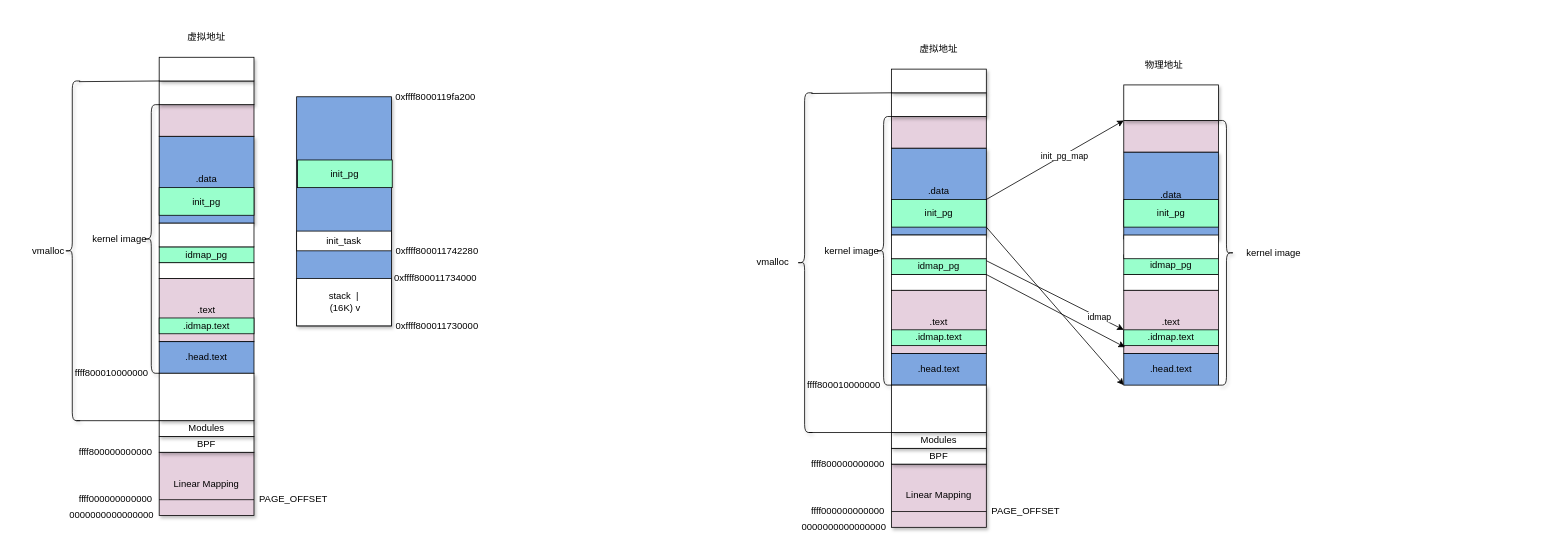
Before: kernel_start.drawio in jasonactions/graph, a draw.io diagram. Source tidied: cells renumbered, new cells numbered last; positions are measured from the earlier drawing's top-left corner, leaving out a move shared by most shapes. Both pictures are drawn from the tidied source at 79%, with x=0, y=0 at pixel (17, 29).
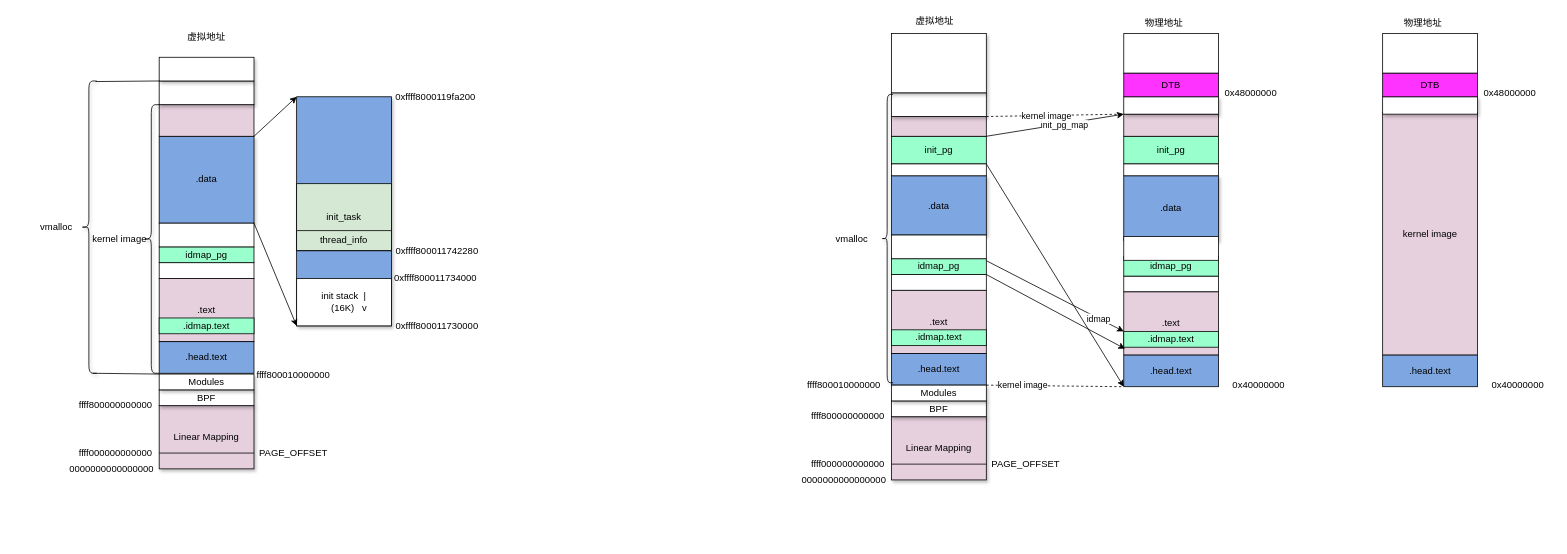
The same diagram, later.

The change refers to these unchanged cells:
```xml
<mxCell id="8" value=".head.text" style="rounded=0;whiteSpace=wrap;html=1;fillColor=#7EA6E0;" parent="1" vertex="1">
  <mxGeometry x="1107" y="410" width="120" height="40" as="geometry" />
</mxCell>
<mxCell id="24" style="rounded=0;whiteSpace=wrap;html=1;shadow=1;fillColor=#FFFFFF;" parent="1" vertex="1">
  <mxGeometry x="1107" y="80" width="120" height="30" as="geometry" />
</mxCell>
<mxCell id="52" value=".data" style="rounded=0;whiteSpace=wrap;html=1;fillColor=#7EA6E0;shadow=1;" parent="1" vertex="1">
  <mxGeometry x="180" y="135" width="120" height="110" as="geometry" />
</mxCell>
<mxCell id="58" style="rounded=0;whiteSpace=wrap;html=1;fillColor=#E6D0DE;" parent="1" vertex="1">
  <mxGeometry x="180" y="95" width="120" height="40" as="geometry" />
</mxCell>
<mxCell id="79" style="rounded=0;whiteSpace=wrap;html=1;fillColor=#7EA6E0;shadow=1;" parent="1" vertex="1">
  <mxGeometry x="354" y="85" width="120" height="290" as="geometry" />
</mxCell>
```

The edit, as a diff of the source:
```diff
@@
     <mxCell id="4" value=".data" style="rounded=0;whiteSpace=wrap;html=1;fillColor=#7EA6E0;shadow=1;" parent="1" vertex="1">
-      <mxGeometry x="1107" y="150" width="120" height="110" as="geometry" />
+      <mxGeometry x="1107" y="185" width="120" height="75" as="geometry" />
     </mxCell>
     <mxCell id="5" value="虚拟地址" style="text;html=1;strokeColor=none;fillColor=none;align=center;verticalAlign=middle;whiteSpace=wrap;rounded=0;" parent="1" vertex="1">
-      <mxGeometry x="1132" y="15" width="70" height="20" as="geometry" />
+      <mxGeometry x="1127" y="-20" width="70" height="20" as="geometry" />
     </mxCell>
     <mxCell id="6" value="物理地址" style="text;html=1;strokeColor=none;fillColor=none;align=center;verticalAlign=middle;whiteSpace=wrap;rounded=0;" parent="1" vertex="1">
-      <mxGeometry x="1417" y="35" width="70" height="20" as="geometry" />
+      <mxGeometry x="1417" y="-18" width="70" height="20" as="geometry" />
     </mxCell>
@@
     <mxCell id="9" value="init_pg" style="rounded=0;whiteSpace=wrap;html=1;fillColor=#99FFCC;" parent="1" vertex="1">
-      <mxGeometry x="1107" y="215" width="120" height="35" as="geometry" />
+      <mxGeometry x="1107" y="135" width="120" height="35" as="geometry" />
     </mxCell>
@@
     <mxCell id="11" style="rounded=0;whiteSpace=wrap;html=1;fillColor=#FFFFFF;" parent="1" vertex="1">
-      <mxGeometry x="1401" y="310" width="120" height="20" as="geometry" />
+      <mxGeometry x="1401" y="312" width="120" height="20" as="geometry" />
     </mxCell>
     <mxCell id="12" value="idmap_pg" style="rounded=0;whiteSpace=wrap;html=1;fillColor=#99FFCC;" parent="1" vertex="1">
-      <mxGeometry x="1401" y="285" width="120" height="25" as="geometry" />
+      <mxGeometry x="1401" y="287" width="120" height="25" as="geometry" />
     </mxCell>
     <mxCell id="13" value=".data" style="rounded=0;whiteSpace=wrap;html=1;fillColor=#7EA6E0;shadow=1;" parent="1" vertex="1">
-      <mxGeometry x="1401" y="155" width="120" height="110" as="geometry" />
+      <mxGeometry x="1401" y="185" width="120" height="82" as="geometry" />
     </mxCell>
     <mxCell id="14" value=".text" style="rounded=0;whiteSpace=wrap;html=1;fillColor=#E6D0DE;" parent="1" vertex="1">
-      <mxGeometry x="1401" y="330" width="120" height="80" as="geometry" />
+      <mxGeometry x="1401" y="332" width="120" height="80" as="geometry" />
     </mxCell>
     <mxCell id="15" value=".head.text" style="rounded=0;whiteSpace=wrap;html=1;fillColor=#7EA6E0;" parent="1" vertex="1">
-      <mxGeometry x="1401" y="410" width="120" height="40" as="geometry" />
+      <mxGeometry x="1401" y="412" width="120" height="40" as="geometry" />
     </mxCell>
     <mxCell id="16" value="init_pg" style="rounded=0;whiteSpace=wrap;html=1;fillColor=#99FFCC;" parent="1" vertex="1">
-      <mxGeometry x="1401" y="215" width="120" height="35" as="geometry" />
+      <mxGeometry x="1401" y="135" width="120" height="35" as="geometry" />
     </mxCell>
     <mxCell id="17" style="rounded=0;whiteSpace=wrap;html=1;fillColor=#FFFFFF;" parent="1" vertex="1">
-      <mxGeometry x="1401" y="260" width="120" height="30" as="geometry" />
+      <mxGeometry x="1401" y="262" width="120" height="30" as="geometry" />
     </mxCell>
     <mxCell id="18" value=".idmap.text" style="rounded=0;whiteSpace=wrap;html=1;fillColor=#99FFCC;" parent="1" vertex="1">
-      <mxGeometry x="1401" y="380" width="120" height="20" as="geometry" />
+      <mxGeometry x="1401" y="382" width="120" height="20" as="geometry" />
     </mxCell>
-    <mxCell id="19" style="endArrow=classic;html=1;exitX=1;exitY=0;exitDx=0;exitDy=0;entryX=0;entryY=0;entryDx=0;entryDy=0;" parent="1" edge="1" source="9" target="21">
+    <mxCell id="19" style="endArrow=classic;html=1;exitX=1;exitY=0;exitDx=0;exitDy=0;entryX=0;entryY=0;entryDx=0;entryDy=0;fillColor=#FF3333;" parent="1" edge="1" source="9" target="21">
       <mxGeometry relative="1" as="geometry" />
     </mxCell>
@@
     <mxCell id="21" style="rounded=0;whiteSpace=wrap;html=1;fillColor=#E6D0DE;" parent="1" vertex="1">
-      <mxGeometry x="1401" y="115" width="120" height="40" as="geometry" />
+      <mxGeometry x="1401" y="107" width="120" height="28" as="geometry" />
     </mxCell>
     <mxCell id="22" style="rounded=0;whiteSpace=wrap;html=1;fillColor=#E6D0DE;" parent="1" vertex="1">
-      <mxGeometry x="1107" y="110" width="120" height="40" as="geometry" />
+      <mxGeometry x="1107" y="110" width="120" height="25" as="geometry" />
     </mxCell>
@@
     <mxCell id="25" value="Linear Mapping" style="rounded=0;whiteSpace=wrap;html=1;shadow=1;fillColor=#E6D0DE;" parent="1" vertex="1">
-      <mxGeometry x="1107" y="550" width="120" height="80" as="geometry" />
+      <mxGeometry x="1107" y="490" width="120" height="80" as="geometry" />
     </mxCell>
     <mxCell id="26" style="rounded=0;whiteSpace=wrap;html=1;shadow=1;fillColor=#FFFFFF;" parent="1" vertex="1">
-      <mxGeometry x="1401" y="70" width="120" height="45" as="geometry" />
+      <mxGeometry x="1401" y="85" width="120" height="22" as="geometry" />
     </mxCell>
@@
-    <mxCell id="29" style="shape=curlyBracket;whiteSpace=wrap;html=1;rounded=1;shadow=1;fillColor=#FFFFFF;" parent="1" vertex="1">
-      <mxGeometry x="1087" y="110" width="20" height="340" as="geometry" />
-    </mxCell>
-    <mxCell id="30" value="kernel image" style="text;html=1;strokeColor=none;fillColor=none;align=center;verticalAlign=middle;whiteSpace=wrap;rounded=0;shadow=1;" parent="1" vertex="1">
-      <mxGeometry x="1017" y="270" width="80" height="20" as="geometry" />
-    </mxCell>
-    <mxCell id="31" style="shape=curlyBracket;whiteSpace=wrap;html=1;rounded=1;shadow=1;fillColor=#FFFFFF;size=0.5;rotation=-180;" parent="1" vertex="1">
-      <mxGeometry x="1521" y="115" width="20" height="335" as="geometry" />
-    </mxCell>
-    <mxCell id="32" value="kernel image" style="text;html=1;strokeColor=none;fillColor=none;align=center;verticalAlign=middle;whiteSpace=wrap;rounded=0;shadow=1;" parent="1" vertex="1">
-      <mxGeometry x="1541" y="272.5" width="100" height="20" as="geometry" />
-    </mxCell>
     <mxCell id="33" value="0000000000000000" style="text;html=1;strokeColor=none;fillColor=none;align=center;verticalAlign=middle;whiteSpace=wrap;rounded=0;shadow=1;" parent="1" vertex="1">
-      <mxGeometry x="997" y="620" width="100" height="20" as="geometry" />
+      <mxGeometry x="997" y="560" width="100" height="20" as="geometry" />
     </mxCell>
     <mxCell id="34" value="ffff800000000000" style="text;html=1;strokeColor=none;fillColor=none;align=center;verticalAlign=middle;whiteSpace=wrap;rounded=0;shadow=1;" parent="1" vertex="1">
-      <mxGeometry x="1002" y="540" width="100" height="20" as="geometry" />
+      <mxGeometry x="1002" y="480" width="100" height="20" as="geometry" />
     </mxCell>
     <mxCell id="35" value="ffff000000000000" style="text;html=1;strokeColor=none;fillColor=none;align=center;verticalAlign=middle;whiteSpace=wrap;rounded=0;shadow=1;" parent="1" vertex="1">
-      <mxGeometry x="997" y="600" width="110" height="20" as="geometry" />
+      <mxGeometry x="997" y="540" width="110" height="20" as="geometry" />
     </mxCell>
@@
     <mxCell id="37" value="BPF" style="rounded=0;whiteSpace=wrap;html=1;shadow=1;fillColor=#FFFFFF;" parent="1" vertex="1">
-      <mxGeometry x="1107" y="530" width="120" height="20" as="geometry" />
+      <mxGeometry x="1107" y="470" width="120" height="20" as="geometry" />
     </mxCell>
     <mxCell id="38" value="Modules" style="rounded=0;whiteSpace=wrap;html=1;shadow=1;fillColor=#FFFFFF;" parent="1" vertex="1">
-      <mxGeometry x="1107" y="510" width="120" height="20" as="geometry" />
+      <mxGeometry x="1107" y="450" width="120" height="20" as="geometry" />
     </mxCell>
-    <mxCell id="39" style="rounded=0;whiteSpace=wrap;html=1;shadow=1;fillColor=#FFFFFF;" parent="1" vertex="1">
-      <mxGeometry x="1107" y="450" width="120" height="60" as="geometry" />
-    </mxCell>
     <mxCell id="40" style="shape=curlyBracket;whiteSpace=wrap;html=1;rounded=1;shadow=1;fillColor=#FFFFFF;" parent="1" vertex="1">
-      <mxGeometry x="987" y="80" width="20" height="430" as="geometry" />
+      <mxGeometry x="1094" y="82" width="15" height="365" as="geometry" />
     </mxCell>
     <mxCell id="41" value="vmalloc" style="text;html=1;strokeColor=none;fillColor=none;align=center;verticalAlign=middle;whiteSpace=wrap;rounded=0;shadow=1;" parent="1" vertex="1">
-      <mxGeometry x="917" y="285" width="80" height="20" as="geometry" />
+      <mxGeometry x="1017" y="254.5" width="80" height="20" as="geometry" />
     </mxCell>
     <mxCell id="42" style="rounded=0;whiteSpace=wrap;html=1;shadow=1;fillColor=#FFFFFF;" parent="1" vertex="1">
-      <mxGeometry x="1107" y="50" width="120" height="30" as="geometry" />
+      <mxGeometry x="1107" y="5" width="120" height="75" as="geometry" />
     </mxCell>
@@
-    <mxCell id="47" style="endArrow=none;html=1;entryX=0;entryY=0;entryDx=0;entryDy=0;exitX=0.75;exitY=1;exitDx=0;exitDy=0;" parent="1" edge="1" source="40" target="38">
-      <mxGeometry relative="1" as="geometry" />
-    </mxCell>
-    <mxCell id="48" style="endArrow=none;html=1;entryX=0;entryY=0;entryDx=0;entryDy=0;exitX=0.925;exitY=0.002;exitDx=0;exitDy=0;exitPerimeter=0;" parent="1" edge="1" source="40" target="24">
-      <mxGeometry relative="1" as="geometry" />
-    </mxCell>
     <mxCell id="49" value="PAGE_OFFSET" style="text;html=1;strokeColor=none;fillColor=none;align=center;verticalAlign=middle;whiteSpace=wrap;rounded=0;shadow=1;" parent="1" vertex="1">
-      <mxGeometry x="1227" y="600" width="100" height="20" as="geometry" />
+      <mxGeometry x="1227" y="540" width="100" height="20" as="geometry" />
     </mxCell>
@@
-    <mxCell id="56" value="init_pg" style="rounded=0;whiteSpace=wrap;html=1;fillColor=#99FFCC;" parent="1" vertex="1">
-      <mxGeometry x="180" y="200" width="120" height="35" as="geometry" />
-    </mxCell>
@@
     <mxCell id="60" value="Linear Mapping" style="rounded=0;whiteSpace=wrap;html=1;shadow=1;fillColor=#E6D0DE;" parent="1" vertex="1">
-      <mxGeometry x="180" y="535" width="120" height="80" as="geometry" />
+      <mxGeometry x="180" y="476" width="120" height="80" as="geometry" />
     </mxCell>
     <mxCell id="61" value="ffff800010000000" style="text;html=1;strokeColor=none;fillColor=none;align=center;verticalAlign=middle;whiteSpace=wrap;rounded=0;shadow=1;" parent="1" vertex="1">
-      <mxGeometry x="70" y="425" width="100" height="20" as="geometry" />
+      <mxGeometry x="300" y="427" width="100" height="20" as="geometry" />
     </mxCell>
@@
     <mxCell id="65" value="0000000000000000" style="text;html=1;strokeColor=none;fillColor=none;align=center;verticalAlign=middle;whiteSpace=wrap;rounded=0;shadow=1;" parent="1" vertex="1">
-      <mxGeometry x="70" y="605" width="100" height="20" as="geometry" />
+      <mxGeometry x="70" y="546" width="100" height="20" as="geometry" />
     </mxCell>
     <mxCell id="66" value="ffff800000000000" style="text;html=1;strokeColor=none;fillColor=none;align=center;verticalAlign=middle;whiteSpace=wrap;rounded=0;shadow=1;" parent="1" vertex="1">
-      <mxGeometry x="75" y="525" width="100" height="20" as="geometry" />
+      <mxGeometry x="75" y="466" width="100" height="20" as="geometry" />
     </mxCell>
     <mxCell id="67" value="ffff000000000000" style="text;html=1;strokeColor=none;fillColor=none;align=center;verticalAlign=middle;whiteSpace=wrap;rounded=0;shadow=1;" parent="1" vertex="1">
-      <mxGeometry x="70" y="585" width="110" height="20" as="geometry" />
+      <mxGeometry x="70" y="526" width="110" height="20" as="geometry" />
     </mxCell>
@@
     <mxCell id="69" value="BPF" style="rounded=0;whiteSpace=wrap;html=1;shadow=1;fillColor=#FFFFFF;" parent="1" vertex="1">
-      <mxGeometry x="180" y="515" width="120" height="20" as="geometry" />
+      <mxGeometry x="180" y="456" width="120" height="20" as="geometry" />
     </mxCell>
     <mxCell id="70" value="Modules" style="rounded=0;whiteSpace=wrap;html=1;shadow=1;fillColor=#FFFFFF;" parent="1" vertex="1">
-      <mxGeometry x="180" y="495" width="120" height="20" as="geometry" />
+      <mxGeometry x="180" y="436" width="120" height="20" as="geometry" />
     </mxCell>
-    <mxCell id="71" style="rounded=0;whiteSpace=wrap;html=1;shadow=1;fillColor=#FFFFFF;" parent="1" vertex="1">
-      <mxGeometry x="180" y="435" width="120" height="60" as="geometry" />
-    </mxCell>
     <mxCell id="72" style="shape=curlyBracket;whiteSpace=wrap;html=1;rounded=1;shadow=1;fillColor=#FFFFFF;" parent="1" vertex="1">
-      <mxGeometry x="60" y="65" width="20" height="430" as="geometry" />
+      <mxGeometry x="81" y="65" width="20" height="370" as="geometry" />
     </mxCell>
@@
-    <mxCell id="75" style="endArrow=none;html=1;entryX=0;entryY=0;entryDx=0;entryDy=0;exitX=0.75;exitY=1;exitDx=0;exitDy=0;" parent="1" edge="1" source="72" target="70">
-      <mxGeometry relative="1" as="geometry" />
-    </mxCell>
@@
     <mxCell id="77" value="PAGE_OFFSET" style="text;html=1;strokeColor=none;fillColor=none;align=center;verticalAlign=middle;whiteSpace=wrap;rounded=0;shadow=1;" parent="1" vertex="1">
-      <mxGeometry x="300" y="585" width="100" height="20" as="geometry" />
+      <mxGeometry x="300" y="526" width="100" height="20" as="geometry" />
     </mxCell>
     <mxCell id="78" value="vmalloc" style="text;html=1;strokeColor=none;fillColor=none;align=center;verticalAlign=middle;whiteSpace=wrap;rounded=0;shadow=1;" parent="1" vertex="1">
-      <mxGeometry y="270" width="80" height="20" as="geometry" />
+      <mxGeometry x="10" y="240" width="80" height="20" as="geometry" />
     </mxCell>
@@
-    <mxCell id="82" value="init_task" style="rounded=0;whiteSpace=wrap;html=1;" parent="1" vertex="1">
-      <mxGeometry x="354" y="255" width="120" height="25" as="geometry" />
+    <mxCell id="82" value="init_task" style="rounded=0;whiteSpace=wrap;html=1;fillColor=#D5E8D4;" parent="1" vertex="1">
+      <mxGeometry x="354" y="195" width="120" height="85" as="geometry" />
     </mxCell>
@@
-    <mxCell id="84" value="stack&amp;nbsp; |&lt;br&gt;&amp;nbsp;(16K) v" style="rounded=0;whiteSpace=wrap;html=1;" parent="1" vertex="1">
+    <mxCell id="84" value="init stack&amp;nbsp; |&lt;br&gt;&amp;nbsp; &amp;nbsp; (16K)&amp;nbsp; &amp;nbsp;v" style="rounded=0;whiteSpace=wrap;html=1;" parent="1" vertex="1">
       <mxGeometry x="354" y="315" width="120" height="60" as="geometry" />
     </mxCell>
@@
-    <mxCell id="86" value="init_pg" style="rounded=0;whiteSpace=wrap;html=1;fillColor=#99FFCC;" parent="1" vertex="1">
-      <mxGeometry x="355" y="165" width="120" height="35" as="geometry" />
-    </mxCell>
+    <mxCell id="87" style="endArrow=classic;html=1;exitX=1;exitY=1;exitDx=0;exitDy=0;entryX=0;entryY=1;entryDx=0;entryDy=0;" parent="1" edge="1" source="52" target="79">
+      <mxGeometry relative="1" as="geometry" />
+    </mxCell>
+    <mxCell id="88" style="endArrow=classic;html=1;exitX=1;exitY=1;exitDx=0;exitDy=0;entryX=0;entryY=0;entryDx=0;entryDy=0;" parent="1" edge="1" source="58" target="79">
+      <mxGeometry relative="1" as="geometry" />
+    </mxCell>
+    <mxCell id="89" style="endArrow=none;dashed=1;html=1;exitX=1;exitY=1;exitDx=0;exitDy=0;entryX=0;entryY=1;entryDx=0;entryDy=0;" parent="1" edge="1" source="8" target="15">
+      <mxGeometry relative="1" as="geometry" />
+    </mxCell>
+    <mxCell id="90" value="kernel image" style="edgeLabel;html=1;align=center;verticalAlign=middle;" parent="89" vertex="1">
+      <mxGeometry x="-0.48" y="1" relative="1" as="geometry" />
+    </mxCell>
+    <mxCell id="91" style="endArrow=none;dashed=1;html=1;exitX=1;exitY=0;exitDx=0;exitDy=0;entryX=0;entryY=0;entryDx=0;entryDy=0;" parent="1" edge="1" source="22" target="21">
+      <mxGeometry relative="1" as="geometry" />
+    </mxCell>
+    <mxCell id="92" value="kernel image" style="edgeLabel;html=1;align=center;verticalAlign=middle;" parent="91" vertex="1">
+      <mxGeometry x="-0.14" y="-1" relative="1" as="geometry" />
+    </mxCell>
+    <mxCell id="93" value="0x40000000" style="text;html=1;strokeColor=none;fillColor=none;align=center;verticalAlign=middle;whiteSpace=wrap;rounded=0;" parent="1" vertex="1">
+      <mxGeometry x="1527" y="440" width="90" height="20" as="geometry" />
+    </mxCell>
+    <mxCell id="94" value="0x48000000" style="text;html=1;strokeColor=none;fillColor=none;align=center;verticalAlign=middle;whiteSpace=wrap;rounded=0;" parent="1" vertex="1">
+      <mxGeometry x="1527" y="70" width="70" height="20" as="geometry" />
+    </mxCell>
+    <mxCell id="95" value="DTB" style="rounded=0;whiteSpace=wrap;html=1;fillColor=#FF33FF;" parent="1" vertex="1">
+      <mxGeometry x="1401" y="55" width="120" height="30" as="geometry" />
+    </mxCell>
+    <mxCell id="96" style="rounded=0;whiteSpace=wrap;html=1;fillColor=#FFFFFF;" parent="1" vertex="1">
+      <mxGeometry x="1401" y="5" width="120" height="50" as="geometry" />
+    </mxCell>
+    <mxCell id="97" value="物理地址" style="text;html=1;strokeColor=none;fillColor=none;align=center;verticalAlign=middle;whiteSpace=wrap;rounded=0;" parent="1" vertex="1">
+      <mxGeometry x="1744.7" y="-18" width="70" height="20" as="geometry" />
+    </mxCell>
+    <mxCell id="98" value="kernel image" style="rounded=0;whiteSpace=wrap;html=1;fillColor=#E6D0DE;" parent="1" vertex="1">
+      <mxGeometry x="1728.7" y="105" width="120" height="307" as="geometry" />
+    </mxCell>
+    <mxCell id="99" value=".head.text" style="rounded=0;whiteSpace=wrap;html=1;fillColor=#7EA6E0;" parent="1" vertex="1">
+      <mxGeometry x="1728.7" y="412" width="120" height="40" as="geometry" />
+    </mxCell>
+    <mxCell id="100" style="rounded=0;whiteSpace=wrap;html=1;shadow=1;fillColor=#FFFFFF;" parent="1" vertex="1">
+      <mxGeometry x="1728.7" y="85" width="120" height="22" as="geometry" />
+    </mxCell>
+    <mxCell id="101" value="0x40000000" style="text;html=1;strokeColor=none;fillColor=none;align=center;verticalAlign=middle;whiteSpace=wrap;rounded=0;" parent="1" vertex="1">
+      <mxGeometry x="1854.7" y="440" width="90" height="20" as="geometry" />
+    </mxCell>
+    <mxCell id="102" value="0x48000000" style="text;html=1;strokeColor=none;fillColor=none;align=center;verticalAlign=middle;whiteSpace=wrap;rounded=0;" parent="1" vertex="1">
+      <mxGeometry x="1854.7" y="70" width="70" height="20" as="geometry" />
+    </mxCell>
+    <mxCell id="103" value="DTB" style="rounded=0;whiteSpace=wrap;html=1;fillColor=#FF33FF;" parent="1" vertex="1">
+      <mxGeometry x="1728.7" y="55" width="120" height="30" as="geometry" />
+    </mxCell>
+    <mxCell id="104" style="rounded=0;whiteSpace=wrap;html=1;fillColor=#FFFFFF;" parent="1" vertex="1">
+      <mxGeometry x="1728.7" y="5" width="120" height="50" as="geometry" />
+    </mxCell>
+    <mxCell id="75" style="endArrow=none;html=1;fillColor=#FF3333;exitX=0.75;exitY=1;exitDx=0;exitDy=0;entryX=0;entryY=0;entryDx=0;entryDy=0;" parent="1" edge="1" source="72" target="70">
+      <mxGeometry relative="1" as="geometry" />
+    </mxCell>
+    <mxCell id="105" style="rounded=0;whiteSpace=wrap;html=1;fillColor=#FFFFFF;" parent="1" vertex="1">
+      <mxGeometry x="1107" y="170" width="120" height="15" as="geometry" />
+    </mxCell>
+    <mxCell id="106" style="rounded=0;whiteSpace=wrap;html=1;fillColor=#FFFFFF;" parent="1" vertex="1">
+      <mxGeometry x="1401" y="170" width="120" height="15" as="geometry" />
+    </mxCell>
+    <mxCell id="107" value="thread_info" style="rounded=0;whiteSpace=wrap;html=1;fillColor=#D5E8D4;" parent="1" vertex="1">
+      <mxGeometry x="354" y="254.5" width="120" height="25" as="geometry" />
+    </mxCell>
```
